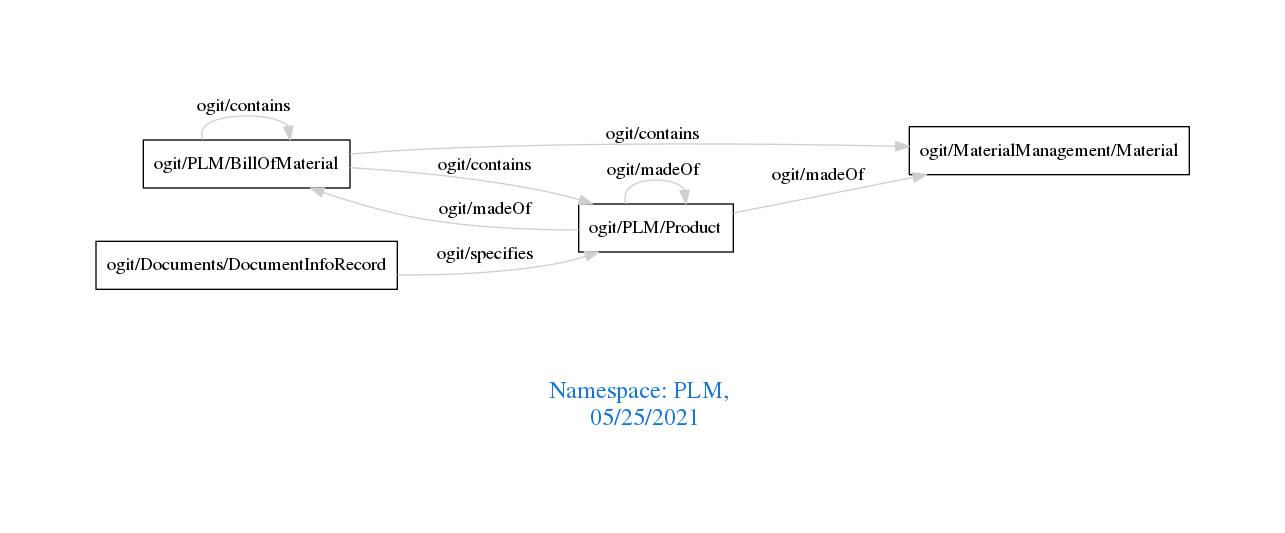
Before: downloads/PLM.png, a diagram exported from Graphviz (arago/OGIT). Its source is kept beside it as downloads/PLM.dot.
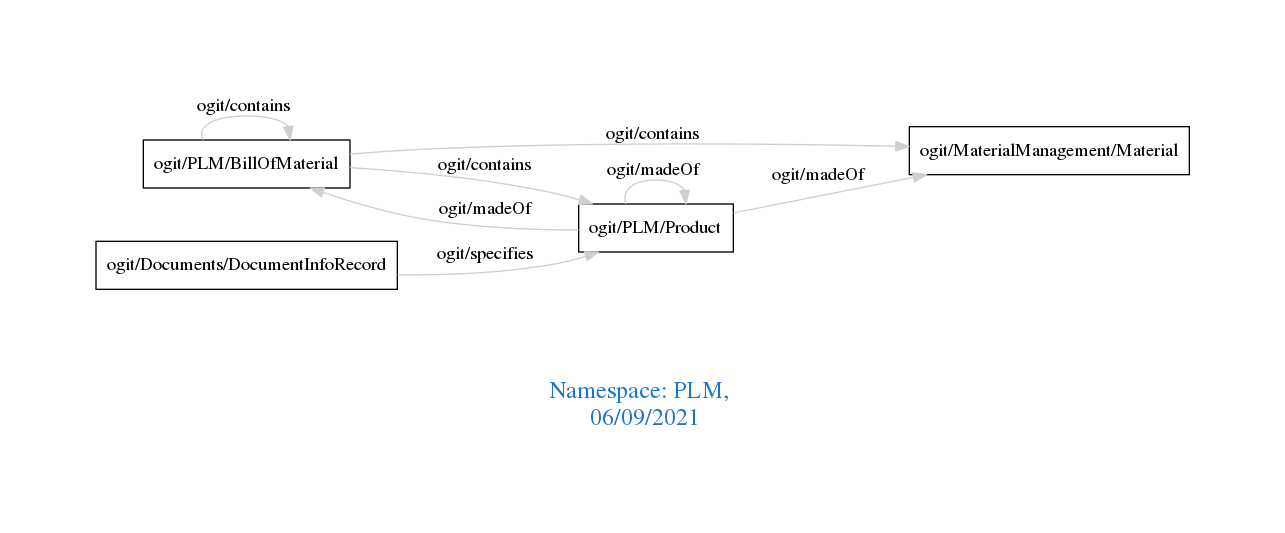
Later version of the same file.

Change to the diagram source:
```diff
@@ -1,7 +1,7 @@
 digraph OGIT_ontology {
  graph [ rankdir= LR,pad=1
 fontsize = 18,
-fontcolor= dodgerblue3,label = "\n\n\nNamespace: PLM, \n 05/25/2021"];
+fontcolor= dodgerblue3,label = "\n\n\nNamespace: PLM, \n 06/09/2021"];
 node[shape=polygon];
 edge [  color="gray81"];
 
```
